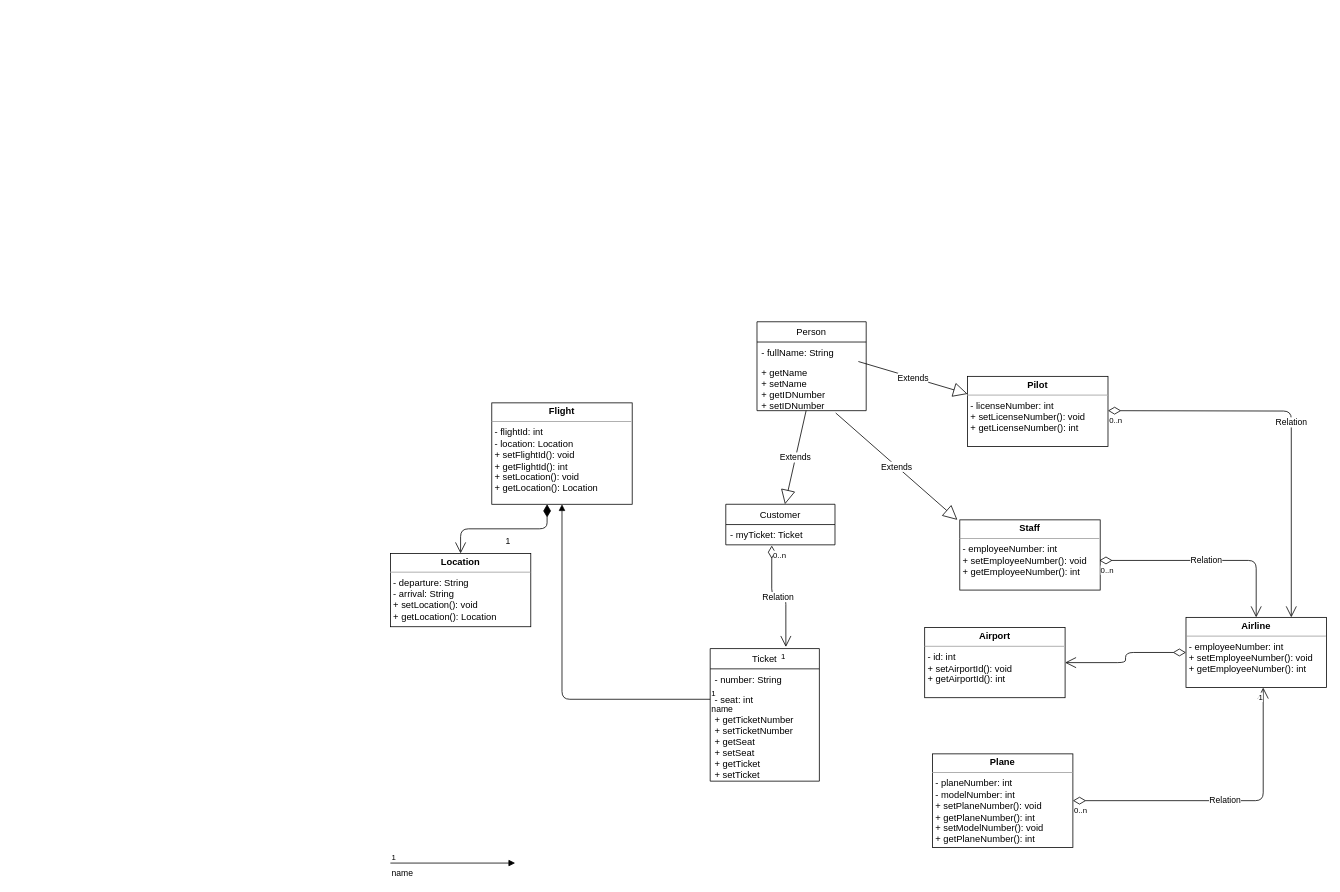
Above: Untitled Diagram.drawio in marciasilva/Files (draw.io), before the change. Source tidied: cells renumbered, new cells numbered last; positions are measured from the earlier drawing's top-left corner, leaving out a move shared by most shapes. Both pictures are drawn from the tidied source at 78%, with x=0, y=0 at pixel (390, 321).
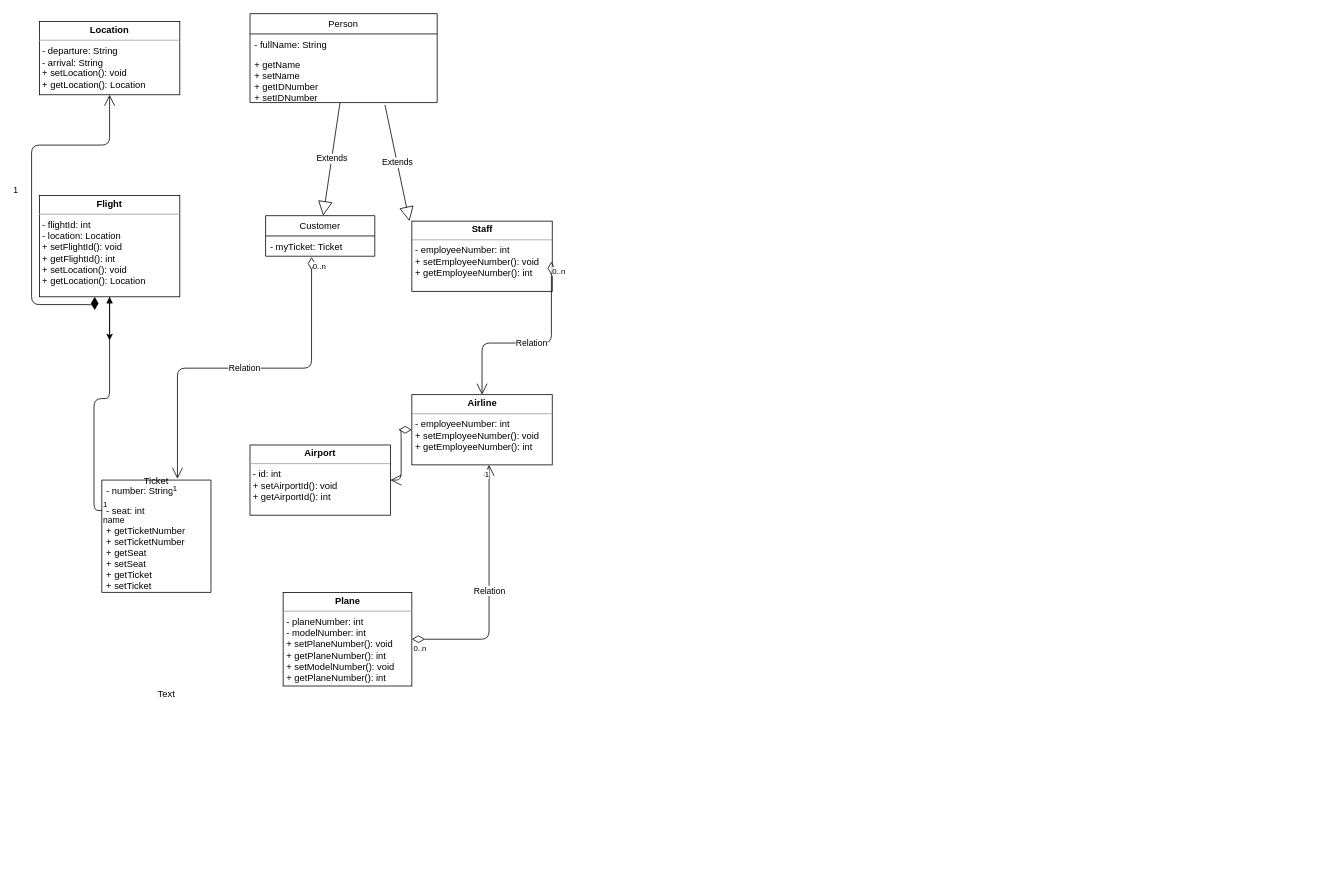
After the change.

Commit message:
save in one page

What changed in the source:
```diff
@@
     <mxCell id="2" value="Person" style="swimlane;fontStyle=0;horizontal=1;startSize=26;fillColor=none;" parent="1" vertex="1">
-      <mxGeometry x="470" width="140" height="114" as="geometry" />
+      <mxGeometry x="-180" y="-395" width="240" height="114" as="geometry" />
     </mxCell>
     <mxCell id="3" value="- fullName: String" style="text;strokeColor=none;fillColor=none;align=left;verticalAlign=top;spacingLeft=4;spacingRight=4;overflow=hidden;" parent="2" vertex="1">
-      <mxGeometry y="26" width="140" height="26" as="geometry" />
+      <mxGeometry y="26" width="240" height="26" as="geometry" />
     </mxCell>
     <mxCell id="4" value="+ getName&#10;+ setName&#10;+ getIDNumber&#10;+ setIDNumber&#10;" style="text;strokeColor=none;fillColor=none;align=left;verticalAlign=top;spacingLeft=4;spacingRight=4;overflow=hidden;points=[[0,0.5],[1,0.5]];portConstraint=eastwest;" parent="2" vertex="1">
-      <mxGeometry y="52" width="140" height="62" as="geometry" />
+      <mxGeometry y="52" width="240" height="62" as="geometry" />
     </mxCell>
     <mxCell id="5" value="Customer" style="swimlane;fontStyle=0;horizontal=1;startSize=26;fillColor=none;" parent="1" vertex="1">
-      <mxGeometry x="430" y="234" width="140" height="52" as="geometry" />
+      <mxGeometry x="-160" y="-136" width="140" height="52" as="geometry" />
     </mxCell>
@@
-    <mxCell id="7" value="Ticket" style="swimlane;fontStyle=0;horizontal=1;startSize=26;fillColor=none;" parent="1" vertex="1">
-      <mxGeometry x="410" y="419" width="140" height="170" as="geometry" />
+    <mxCell id="7" value="Ticket" style="swimlane;fontStyle=0;horizontal=1;startSize=0;fillColor=none;" parent="1" vertex="1">
+      <mxGeometry x="-370" y="203" width="140" height="144" as="geometry" />
     </mxCell>
     <mxCell id="8" value="- number: String" style="text;strokeColor=none;fillColor=none;align=left;verticalAlign=top;spacingLeft=4;spacingRight=4;overflow=hidden;" parent="7" vertex="1">
-      <mxGeometry y="26" width="140" height="26" as="geometry" />
+      <mxGeometry width="140" height="26" as="geometry" />
     </mxCell>
     <mxCell id="9" value="- seat: int" style="text;strokeColor=none;fillColor=none;align=left;verticalAlign=top;spacingLeft=4;spacingRight=4;overflow=hidden;points=[[0,0.5],[1,0.5]];portConstraint=eastwest;" parent="7" vertex="1">
-      <mxGeometry y="52" width="140" height="26" as="geometry" />
+      <mxGeometry y="26" width="140" height="26" as="geometry" />
     </mxCell>
     <mxCell id="10" value="+ getTicketNumber&#10;+ setTicketNumber&#10;+ getSeat&#10;+ setSeat&#10;+ getTicket&#10;+ setTicket&#10;" style="text;strokeColor=none;fillColor=none;align=left;verticalAlign=top;spacingLeft=4;spacingRight=4;overflow=hidden;" parent="7" vertex="1">
-      <mxGeometry y="78" width="140" height="92" as="geometry" />
+      <mxGeometry y="52" width="140" height="92" as="geometry" />
     </mxCell>
     <mxCell id="11" value="&lt;p style=&quot;margin: 0px ; margin-top: 4px ; text-align: center&quot;&gt;&lt;b&gt;Staff&lt;/b&gt;&lt;/p&gt;&lt;hr size=&quot;1&quot;&gt;&lt;p style=&quot;margin: 0px ; margin-left: 4px&quot;&gt;- employeeNumber: int&lt;/p&gt;&lt;p style=&quot;margin: 0px ; margin-left: 4px&quot;&gt;+ setEmployeeNumber(): void&lt;/p&gt;&lt;p style=&quot;margin: 0px ; margin-left: 4px&quot;&gt;+ getEmployeeNumber(): int&lt;/p&gt;" style="verticalAlign=top;align=left;overflow=fill;fontSize=12;fontFamily=Helvetica;html=1;" parent="1" vertex="1">
-      <mxGeometry x="730" y="254" width="180" height="90" as="geometry" />
+      <mxGeometry x="27.5" y="-129" width="180" height="90" as="geometry" />
     </mxCell>
@@
-    <mxCell id="14" value="&lt;p style=&quot;margin: 0px ; margin-top: 4px ; text-align: center&quot;&gt;&lt;b&gt;Pilot&lt;/b&gt;&lt;/p&gt;&lt;hr size=&quot;1&quot;&gt;&lt;p style=&quot;margin: 0px ; margin-left: 4px&quot;&gt;- licenseNumber: int&lt;/p&gt;&lt;p style=&quot;margin: 0px ; margin-left: 4px&quot;&gt;+ setLicenseNumber(): void&lt;/p&gt;&lt;p style=&quot;margin: 0px ; margin-left: 4px&quot;&gt;+ getLicenseNumber(): int&lt;/p&gt;" style="verticalAlign=top;align=left;overflow=fill;fontSize=12;fontFamily=Helvetica;html=1;" parent="1" vertex="1">
-      <mxGeometry x="740" y="70" width="180" height="90" as="geometry" />
-    </mxCell>
-    <mxCell id="15" value="Extends" style="endArrow=block;endSize=16;endFill=0;html=1;entryX=0;entryY=0.25;entryDx=0;entryDy=0;" parent="1" edge="1" target="14">
-      <mxGeometry relative="1" as="geometry">
-        <mxPoint x="600" y="51" as="sourcePoint" />
-      </mxGeometry>
-    </mxCell>
     <mxCell id="16" value="&lt;p style=&quot;margin: 0px ; margin-top: 4px ; text-align: center&quot;&gt;&lt;b&gt;Airport&lt;/b&gt;&lt;/p&gt;&lt;hr size=&quot;1&quot;&gt;&lt;p style=&quot;margin: 0px ; margin-left: 4px&quot;&gt;- id: int&lt;/p&gt;&lt;p style=&quot;margin: 0px ; margin-left: 4px&quot;&gt;+ setAirportId(): void&lt;/p&gt;&lt;p style=&quot;margin: 0px ; margin-left: 4px&quot;&gt;+ getAirportId(): int&lt;/p&gt;" style="verticalAlign=top;align=left;overflow=fill;fontSize=12;fontFamily=Helvetica;html=1;" parent="1" vertex="1">
-      <mxGeometry x="685" y="392" width="180" height="90" as="geometry" />
+      <mxGeometry x="-180" y="158" width="180" height="90" as="geometry" />
     </mxCell>
     <mxCell id="17" value="&lt;p style=&quot;margin: 0px ; margin-top: 4px ; text-align: center&quot;&gt;&lt;b&gt;Airline&lt;/b&gt;&lt;/p&gt;&lt;hr size=&quot;1&quot;&gt;&lt;p style=&quot;margin: 0px ; margin-left: 4px&quot;&gt;- employeeNumber: int&lt;/p&gt;&lt;p style=&quot;margin: 0px ; margin-left: 4px&quot;&gt;+ setEmployeeNumber(): void&lt;/p&gt;&lt;p style=&quot;margin: 0px ; margin-left: 4px&quot;&gt;+ getEmployeeNumber(): int&lt;/p&gt;" style="verticalAlign=top;align=left;overflow=fill;fontSize=12;fontFamily=Helvetica;html=1;" parent="1" vertex="1">
-      <mxGeometry x="1020" y="379" width="180" height="90" as="geometry" />
+      <mxGeometry x="27.5" y="93.5" width="180" height="90" as="geometry" />
     </mxCell>
@@
-    <mxCell id="22" value="Relation" style="endArrow=open;html=1;endSize=12;startArrow=diamondThin;startSize=14;startFill=0;edgeStyle=orthogonalEdgeStyle;entryX=0.75;entryY=0;entryDx=0;entryDy=0;" parent="1" edge="1" target="17">
-      <mxGeometry relative="1" as="geometry">
-        <mxPoint x="920" y="114" as="sourcePoint" />
-      </mxGeometry>
-    </mxCell>
-    <mxCell id="23" value="0..n" style="html=1;align=left;verticalAlign=top;labelBackgroundColor=#ffffff;fontSize=10;" parent="22" vertex="1">
-      <mxGeometry x="-1" relative="1" as="geometry" />
-    </mxCell>
     <mxCell id="24" value="&lt;p style=&quot;margin: 0px ; margin-top: 4px ; text-align: center&quot;&gt;&lt;b&gt;Plane&lt;/b&gt;&lt;/p&gt;&lt;hr size=&quot;1&quot;&gt;&lt;p style=&quot;margin: 0px ; margin-left: 4px&quot;&gt;- planeNumber: int&lt;/p&gt;&lt;p style=&quot;margin: 0px ; margin-left: 4px&quot;&gt;- modelNumber: int&lt;/p&gt;&lt;p style=&quot;margin: 0px ; margin-left: 4px&quot;&gt;+ setPlaneNumber(): void&lt;/p&gt;&lt;p style=&quot;margin: 0px ; margin-left: 4px&quot;&gt;+ getPlaneNumber(): int&lt;/p&gt;&lt;p style=&quot;margin: 0px ; margin-left: 4px&quot;&gt;+ setModelNumber(): void&lt;/p&gt;&lt;p style=&quot;margin: 0px ; margin-left: 4px&quot;&gt;+ getPlaneNumber(): int&lt;/p&gt;" style="verticalAlign=top;align=left;overflow=fill;fontSize=12;fontFamily=Helvetica;html=1;" parent="1" vertex="1">
-      <mxGeometry x="695" y="554" width="180" height="120" as="geometry" />
+      <mxGeometry x="-137.5" y="347" width="165" height="120" as="geometry" />
     </mxCell>
@@
     <mxCell id="28" value="&lt;p style=&quot;margin: 0px ; margin-top: 4px ; text-align: center&quot;&gt;&lt;b&gt;Location&lt;/b&gt;&lt;/p&gt;&lt;hr size=&quot;1&quot;&gt;&lt;p style=&quot;margin: 0px ; margin-left: 4px&quot;&gt;- departure: String&lt;/p&gt;&lt;p style=&quot;margin: 0px ; margin-left: 4px&quot;&gt;- arrival: String&lt;/p&gt;&lt;p style=&quot;margin: 0px ; margin-left: 4px&quot;&gt;+ setLocation(): void&lt;/p&gt;&lt;p style=&quot;margin: 0px ; margin-left: 4px&quot;&gt;+ getLocation(): Location&lt;/p&gt;" style="verticalAlign=top;align=left;overflow=fill;fontSize=12;fontFamily=Helvetica;html=1;" parent="1" vertex="1">
-      <mxGeometry y="297" width="180" height="94" as="geometry" />
+      <mxGeometry x="-450" y="-385" width="180" height="94" as="geometry" />
     </mxCell>
+    <mxCell id="38" style="edgeStyle=orthogonalEdgeStyle;rounded=0;jettySize=auto;html=1;exitX=0.5;exitY=1;exitDx=0;exitDy=0;" parent="1" edge="1" source="29">
+      <mxGeometry relative="1" as="geometry">
+        <mxPoint x="-360" y="24" as="targetPoint" />
+      </mxGeometry>
+    </mxCell>
     <mxCell id="29" value="&lt;p style=&quot;margin: 0px ; margin-top: 4px ; text-align: center&quot;&gt;&lt;b&gt;Flight&lt;/b&gt;&lt;/p&gt;&lt;hr size=&quot;1&quot;&gt;&lt;p style=&quot;margin: 0px ; margin-left: 4px&quot;&gt;- flightId: int&lt;/p&gt;&lt;p style=&quot;margin: 0px ; margin-left: 4px&quot;&gt;- location: Location&lt;/p&gt;&lt;p style=&quot;margin: 0px ; margin-left: 4px&quot;&gt;+ setFlightId(): void&lt;/p&gt;&lt;p style=&quot;margin: 0px ; margin-left: 4px&quot;&gt;+ getFlightId(): int&lt;/p&gt;&lt;p style=&quot;margin: 0px ; margin-left: 4px&quot;&gt;+ setLocation(): void&lt;/p&gt;&lt;p style=&quot;margin: 0px ; margin-left: 4px&quot;&gt;+ getLocation(): Location&lt;/p&gt;" style="verticalAlign=top;align=left;overflow=fill;fontSize=12;fontFamily=Helvetica;html=1;" parent="1" vertex="1">
-      <mxGeometry x="130" y="104" width="180" height="130" as="geometry" />
+      <mxGeometry x="-450" y="-162" width="180" height="130" as="geometry" />
     </mxCell>
@@
-    <mxCell id="33" value="name" style="endArrow=block;endFill=1;html=1;edgeStyle=orthogonalEdgeStyle;align=left;verticalAlign=top;" parent="1" edge="1">
-      <mxGeometry x="-1" relative="1" as="geometry">
-        <mxPoint y="694" as="sourcePoint" />
-        <mxPoint x="160" y="694" as="targetPoint" />
-      </mxGeometry>
-    </mxCell>
-    <mxCell id="34" value="1" style="html=1;align=left;verticalAlign=bottom;labelBackgroundColor=#ffffff;fontSize=10;" parent="33" vertex="1">
-      <mxGeometry x="-1" relative="1" as="geometry" />
-    </mxCell>
@@
+    <mxCell id="39" value="Text" style="text;html=1;align=left;verticalAlign=top;spacingTop=-4;" parent="1" vertex="1">
+      <mxGeometry x="-300" y="467" width="40" height="20" as="geometry" />
+    </mxCell>
```
